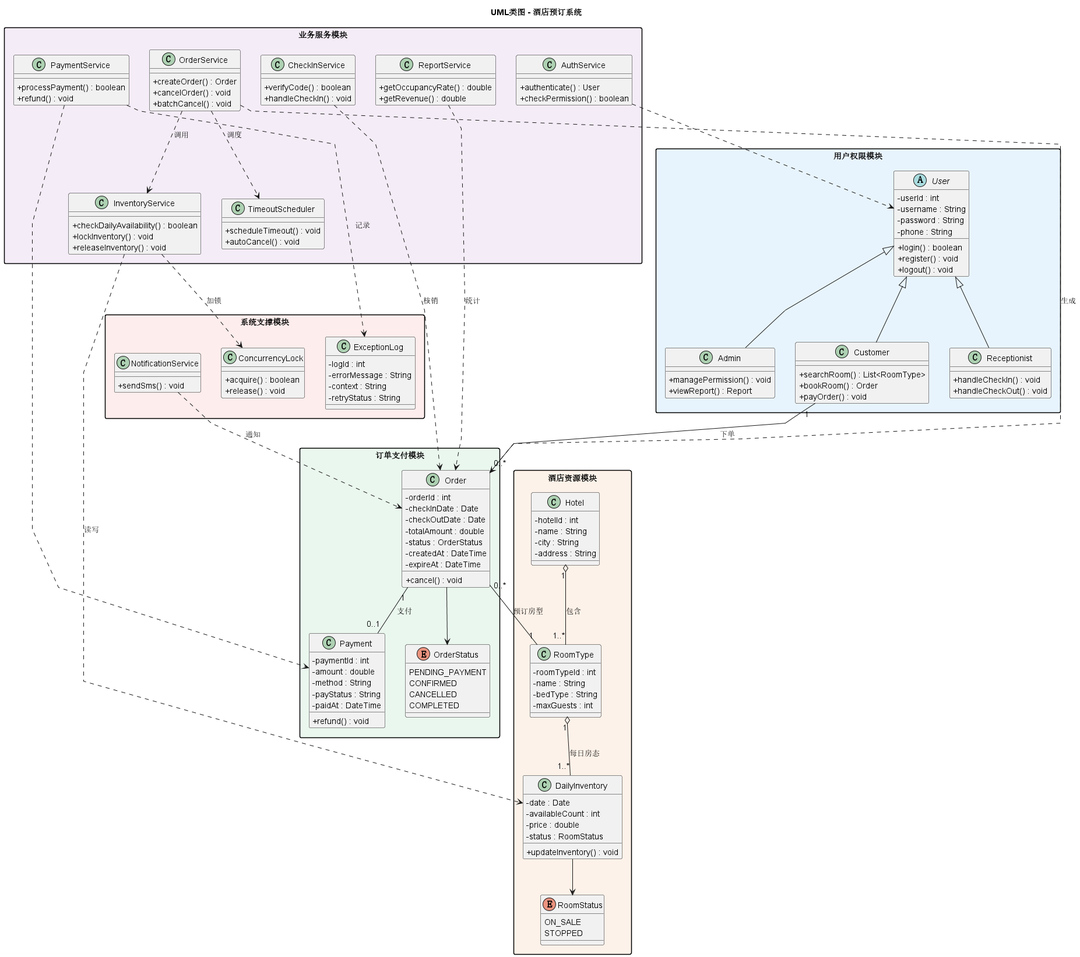
Before: UML/UML类图.png, a diagram exported from PlantUML (251220032-droid/lab01-hotel).
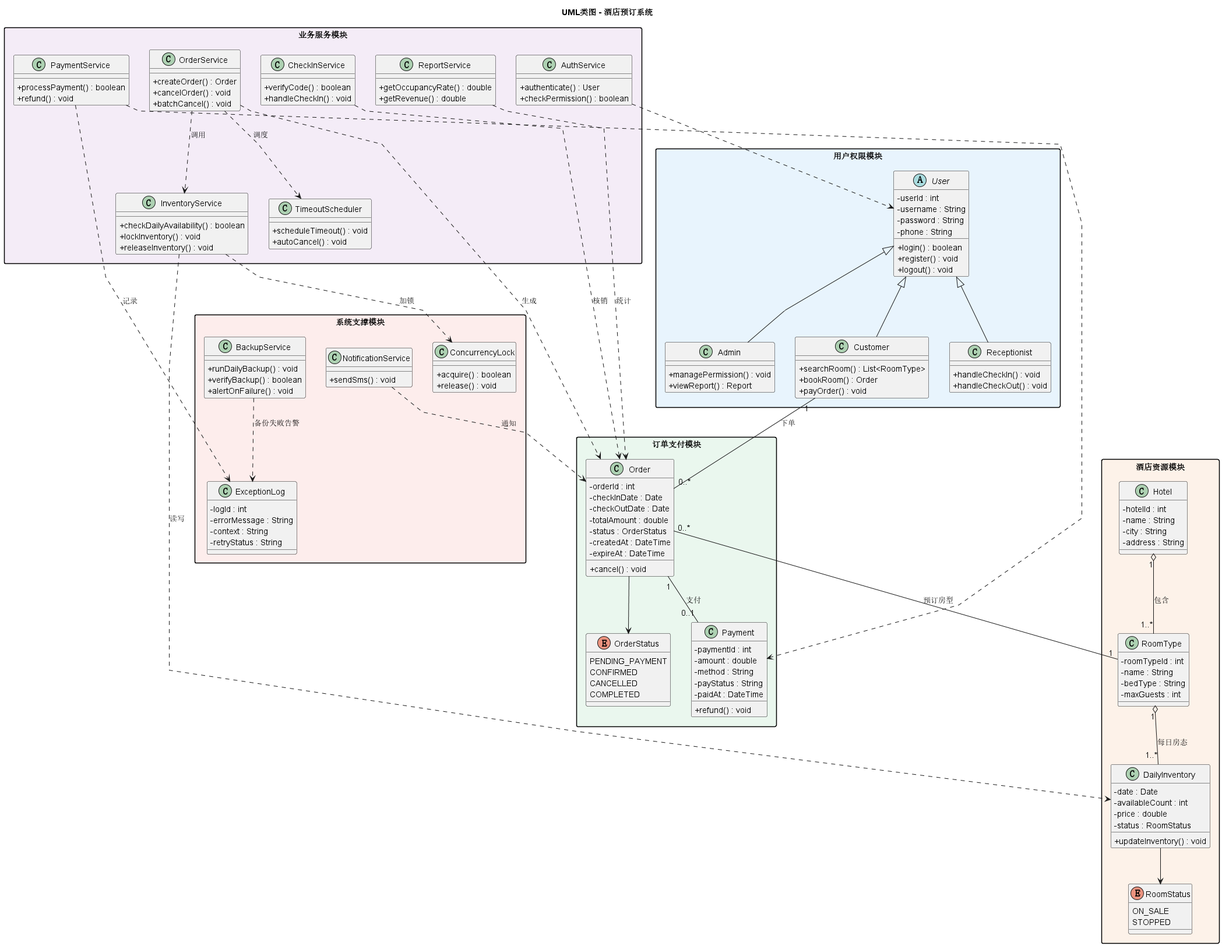
After the change.

Commit message:
fix: 人工补全REQ-015数据库备份，类图新增BackupService并同步报告

Diff of the diagram source:
```diff
@@ -137,6 +137,11 @@
     class NotificationService {
         + sendSms() : void
     }
+    class BackupService {
+        + runDailyBackup() : void
+        + verifyBackup() : boolean
+        + alertOnFailure() : void
+    }
 }
 
 Customer "1" -- "0..*" Order : 下单
@@ -152,4 +157,5 @@
 CheckInService ..> Order : 核销
 ReportService ..> Order : 统计
 NotificationService ..> Order : 通知
+BackupService ..> ExceptionLog : 备份失败告警
 @enduml
```
